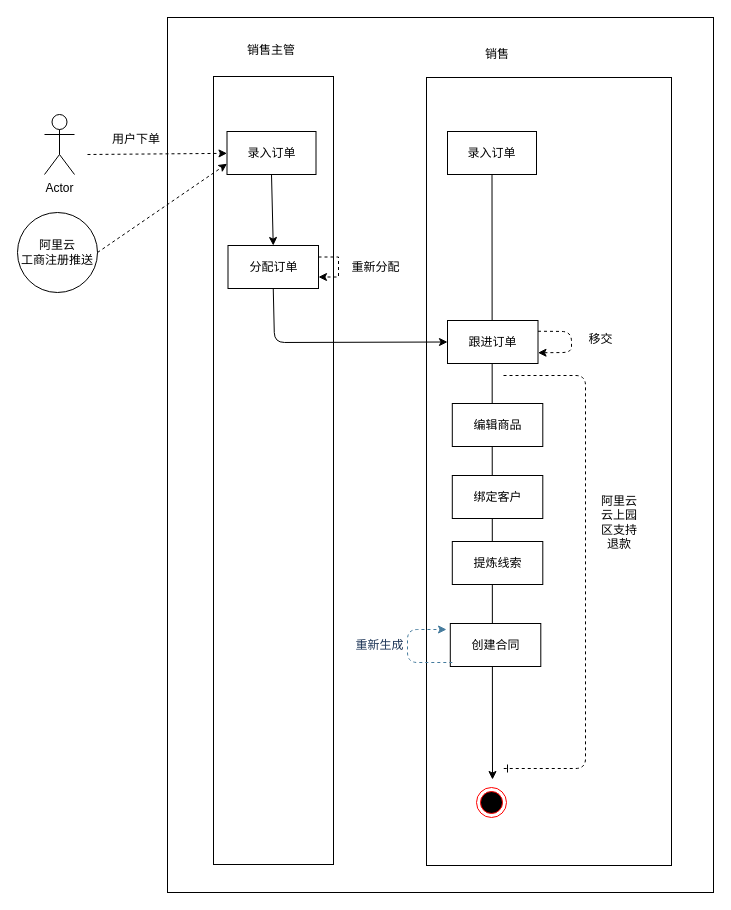
This is 鹊桥流程图.drawio from zhaoershuang/flow-chart, a draw.io file, before an edit. Source tidied: cells renumbered, new cells numbered last; positions are measured from the earlier drawing's top-left corner, leaving out a move shared by most shapes. Both pictures are drawn from the tidied source at 100%, with x=0, y=0 at pixel (17, 17).
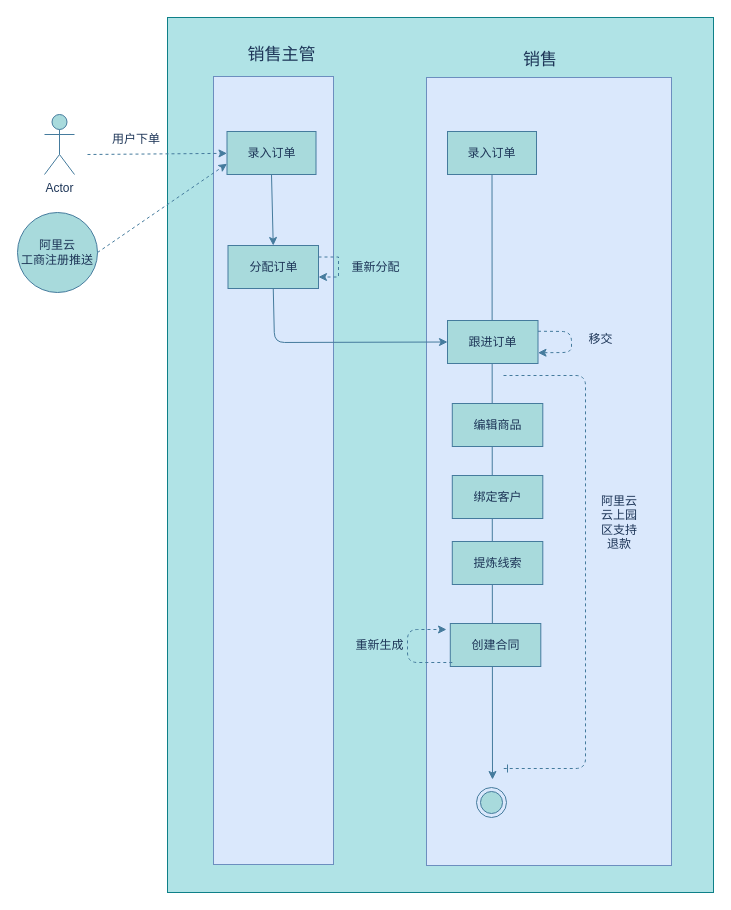
The same diagram, later.

Commit message (it also covers changes not shown here):
更新鹊桥流程图.drawio

Change to the diagram source:
```diff
@@
-    <mxCell id="2" style="rounded=0;whiteSpace=wrap;html=1;" parent="1" vertex="1">
+    <mxCell id="2" style="rounded=0;whiteSpace=wrap;html=1;fillColor=#b0e3e6;strokeColor=#0e8088;" parent="1" vertex="1">
       <mxGeometry x="150" width="546" height="875" as="geometry" />
     </mxCell>
-    <mxCell id="3" style="rounded=0;whiteSpace=wrap;html=1;" parent="1" vertex="1">
+    <mxCell id="3" style="rounded=0;whiteSpace=wrap;html=1;fillColor=#dae8fc;strokeColor=#6c8ebf;" parent="1" vertex="1">
       <mxGeometry x="196" y="59" width="120" height="788" as="geometry" />
     </mxCell>
-    <mxCell id="4" style="rounded=0;whiteSpace=wrap;html=1;" parent="1" vertex="1">
+    <mxCell id="4" style="rounded=0;whiteSpace=wrap;html=1;fillColor=#dae8fc;strokeColor=#6c8ebf;" parent="1" vertex="1">
       <mxGeometry x="409" y="60" width="245" height="788" as="geometry" />
     </mxCell>
-    <mxCell id="5" value="销售主管" style="text;html=1;strokeColor=none;fillColor=none;align=center;verticalAlign=middle;whiteSpace=wrap;rounded=0;" parent="1" vertex="1">
-      <mxGeometry x="219" y="23" width="70" height="20" as="geometry" />
+    <mxCell id="5" value="&lt;font style=&quot;font-size: 17px&quot;&gt;销售主管&lt;/font&gt;" style="text;html=1;strokeColor=none;fillColor=none;align=center;verticalAlign=middle;whiteSpace=wrap;rounded=0;fontColor=#1D3557;" parent="1" vertex="1">
+      <mxGeometry x="219" y="23" width="91" height="30" as="geometry" />
     </mxCell>
-    <mxCell id="6" value="销售" style="text;html=1;strokeColor=none;fillColor=none;align=center;verticalAlign=middle;whiteSpace=wrap;rounded=0;" parent="1" vertex="1">
-      <mxGeometry x="460" y="27" width="40" height="20" as="geometry" />
+    <mxCell id="6" value="&lt;font style=&quot;font-size: 17px&quot;&gt;销售&lt;/font&gt;" style="text;html=1;strokeColor=none;fillColor=none;align=center;verticalAlign=middle;whiteSpace=wrap;rounded=0;fontColor=#1D3557;" parent="1" vertex="1">
+      <mxGeometry x="503" y="33" width="40" height="20" as="geometry" />
     </mxCell>
-    <mxCell id="7" value="录入订单" style="rounded=0;whiteSpace=wrap;html=1;" parent="1" vertex="1">
+    <mxCell id="7" value="录入订单" style="rounded=0;whiteSpace=wrap;html=1;fillColor=#A8DADC;strokeColor=#457B9D;fontColor=#1D3557;" parent="1" vertex="1">
       <mxGeometry x="209.5" y="114" width="89" height="43" as="geometry" />
     </mxCell>
-    <mxCell id="8" value="分配订单" style="rounded=0;whiteSpace=wrap;html=1;" parent="1" vertex="1">
+    <mxCell id="8" value="分配订单" style="rounded=0;whiteSpace=wrap;html=1;fillColor=#A8DADC;strokeColor=#457B9D;fontColor=#1D3557;" parent="1" vertex="1">
       <mxGeometry x="210.5" y="228" width="90.5" height="43" as="geometry" />
     </mxCell>
-    <mxCell id="9" style="edgeStyle=orthogonalEdgeStyle;rounded=0;orthogonalLoop=1;jettySize=auto;html=1;dashed=1;" parent="1" edge="1" source="8" target="8">
+    <mxCell id="9" style="edgeStyle=orthogonalEdgeStyle;rounded=0;orthogonalLoop=1;jettySize=auto;html=1;dashed=1;labelBackgroundColor=#F1FAEE;strokeColor=#457B9D;fontColor=#1D3557;" parent="1" edge="1" source="8" target="8">
       <mxGeometry relative="1" as="geometry" />
     </mxCell>
-    <mxCell id="10" value="重新分配" style="text;html=1;strokeColor=none;fillColor=none;align=center;verticalAlign=middle;whiteSpace=wrap;rounded=0;" parent="1" vertex="1">
+    <mxCell id="10" value="重新分配" style="text;html=1;strokeColor=none;fillColor=none;align=center;verticalAlign=middle;whiteSpace=wrap;rounded=0;fontColor=#1D3557;" parent="1" vertex="1">
       <mxGeometry x="331" y="240" width="55" height="20" as="geometry" />
     </mxCell>
-    <mxCell id="11" value="录入订单" style="rounded=0;whiteSpace=wrap;html=1;" parent="1" vertex="1">
+    <mxCell id="11" value="录入订单" style="rounded=0;whiteSpace=wrap;html=1;fillColor=#A8DADC;strokeColor=#457B9D;fontColor=#1D3557;" parent="1" vertex="1">
       <mxGeometry x="430" y="114" width="89" height="43" as="geometry" />
     </mxCell>
-    <mxCell id="12" style="endArrow=classic;html=1;entryX=0;entryY=0.5;entryDx=0;entryDy=0;exitX=0.5;exitY=1;exitDx=0;exitDy=0;" parent="1" edge="1" source="8" target="29">
+    <mxCell id="12" style="endArrow=classic;html=1;entryX=0;entryY=0.5;entryDx=0;entryDy=0;exitX=0.5;exitY=1;exitDx=0;exitDy=0;labelBackgroundColor=#F1FAEE;strokeColor=#457B9D;fontColor=#1D3557;" parent="1" edge="1" source="8" target="29">
       <mxGeometry relative="1" as="geometry">
         <Array as="points">
           <mxPoint x="257" y="325" />
         </Array>
       </mxGeometry>
     </mxCell>
-    <mxCell id="13" style="endArrow=classic;html=1;exitX=0.5;exitY=1;exitDx=0;exitDy=0;entryX=0.5;entryY=0;entryDx=0;entryDy=0;" parent="1" edge="1" source="7" target="8">
+    <mxCell id="13" style="endArrow=classic;html=1;exitX=0.5;exitY=1;exitDx=0;exitDy=0;entryX=0.5;entryY=0;entryDx=0;entryDy=0;labelBackgroundColor=#F1FAEE;strokeColor=#457B9D;fontColor=#1D3557;" parent="1" edge="1" source="7" target="8">
       <mxGeometry relative="1" as="geometry" />
     </mxCell>
-    <mxCell id="14" style="endArrow=classic;html=1;exitX=1;exitY=0.25;exitDx=0;exitDy=0;entryX=1;entryY=0.75;entryDx=0;entryDy=0;dashed=1;" parent="1" edge="1" source="29" target="29">
+    <mxCell id="14" style="endArrow=classic;html=1;exitX=1;exitY=0.25;exitDx=0;exitDy=0;entryX=1;entryY=0.75;entryDx=0;entryDy=0;dashed=1;labelBackgroundColor=#F1FAEE;strokeColor=#457B9D;fontColor=#1D3557;" parent="1" edge="1" source="29" target="29">
       <mxGeometry relative="1" as="geometry">
         <Array as="points">
           <mxPoint x="554" y="314" />
           <mxPoint x="554" y="335" />
         </Array>
       </mxGeometry>
     </mxCell>
-    <mxCell id="15" value="移交" style="text;html=1;strokeColor=none;fillColor=none;align=center;verticalAlign=middle;whiteSpace=wrap;rounded=0;" parent="1" vertex="1">
+    <mxCell id="15" value="移交" style="text;html=1;strokeColor=none;fillColor=none;align=center;verticalAlign=middle;whiteSpace=wrap;rounded=0;fontColor=#1D3557;" parent="1" vertex="1">
       <mxGeometry x="556" y="312" width="55" height="20" as="geometry" />
     </mxCell>
-    <mxCell id="16" style="endArrow=classic;html=1;exitX=0.5;exitY=1;exitDx=0;exitDy=0;" parent="1" edge="1" source="11">
+    <mxCell id="16" style="endArrow=classic;html=1;exitX=0.5;exitY=1;exitDx=0;exitDy=0;labelBackgroundColor=#F1FAEE;strokeColor=#457B9D;fontColor=#1D3557;" parent="1" edge="1" source="11">
       <mxGeometry relative="1" as="geometry">
         <mxPoint x="475" y="762" as="targetPoint" />
       </mxGeometry>
     </mxCell>
-    <mxCell id="17" style="ellipse;html=1;shape=endState;fillColor=#000000;strokeColor=#ff0000;" parent="1" vertex="1">
+    <mxCell id="17" style="ellipse;html=1;shape=endState;fillColor=#A8DADC;strokeColor=#457B9D;fontColor=#1D3557;" parent="1" vertex="1">
       <mxGeometry x="459" y="770" width="30" height="30" as="geometry" />
     </mxCell>
-    <mxCell id="18" value="Actor" style="shape=umlActor;verticalLabelPosition=bottom;verticalAlign=top;html=1;" parent="1" vertex="1">
+    <mxCell id="18" value="Actor" style="shape=umlActor;verticalLabelPosition=bottom;verticalAlign=top;html=1;fillColor=#A8DADC;strokeColor=#457B9D;fontColor=#1D3557;" parent="1" vertex="1">
       <mxGeometry x="27" y="97" width="30" height="60" as="geometry" />
     </mxCell>
-    <mxCell id="19" style="endArrow=classic;html=1;dashed=1;" parent="1" edge="1" target="7">
+    <mxCell id="19" style="endArrow=classic;html=1;dashed=1;labelBackgroundColor=#F1FAEE;strokeColor=#457B9D;fontColor=#1D3557;" parent="1" edge="1" target="7">
       <mxGeometry relative="1" as="geometry">
         <mxPoint x="70" y="137" as="sourcePoint" />
       </mxGeometry>
     </mxCell>
-    <mxCell id="20" value="用户下单" style="text;html=1;strokeColor=none;fillColor=none;align=center;verticalAlign=middle;whiteSpace=wrap;rounded=0;" parent="1" vertex="1">
+    <mxCell id="20" value="用户下单" style="text;html=1;strokeColor=none;fillColor=none;align=center;verticalAlign=middle;whiteSpace=wrap;rounded=0;fontColor=#1D3557;" parent="1" vertex="1">
       <mxGeometry x="86" y="112" width="66" height="20" as="geometry" />
     </mxCell>
-    <mxCell id="21" value="阿里云&lt;br&gt;工商注册推送" style="ellipse;whiteSpace=wrap;html=1;" parent="1" vertex="1">
+    <mxCell id="21" value="阿里云&lt;br&gt;工商注册推送" style="ellipse;whiteSpace=wrap;html=1;fillColor=#A8DADC;strokeColor=#457B9D;fontColor=#1D3557;" parent="1" vertex="1">
       <mxGeometry y="195" width="80" height="80" as="geometry" />
     </mxCell>
-    <mxCell id="22" style="endArrow=classic;html=1;dashed=1;exitX=1;exitY=0.5;exitDx=0;exitDy=0;entryX=0;entryY=0.75;entryDx=0;entryDy=0;" parent="1" edge="1" source="21" target="7">
+    <mxCell id="22" style="endArrow=classic;html=1;dashed=1;exitX=1;exitY=0.5;exitDx=0;exitDy=0;entryX=0;entryY=0.75;entryDx=0;entryDy=0;labelBackgroundColor=#F1FAEE;strokeColor=#457B9D;fontColor=#1D3557;" parent="1" edge="1" source="21" target="7">
       <mxGeometry relative="1" as="geometry" />
     </mxCell>
-    <mxCell id="23" style="endArrow=ERone;html=1;dashed=1;endFill=0;" parent="1" edge="1">
+    <mxCell id="23" style="endArrow=ERone;html=1;dashed=1;endFill=0;labelBackgroundColor=#F1FAEE;strokeColor=#457B9D;fontColor=#1D3557;" parent="1" edge="1">
       <mxGeometry relative="1" as="geometry">
         <mxPoint x="486" y="358" as="sourcePoint" />
         <mxPoint x="486" y="751" as="targetPoint" />
         <Array as="points">
           <mxPoint x="568" y="358" />
           <mxPoint x="568" y="751" />
         </Array>
       </mxGeometry>
     </mxCell>
-    <mxCell id="24" value="阿里云云上园区支持退款" style="text;html=1;strokeColor=none;fillColor=none;align=center;verticalAlign=middle;whiteSpace=wrap;rounded=0;" parent="1" vertex="1">
+    <mxCell id="24" value="阿里云云上园区支持退款" style="text;html=1;strokeColor=none;fillColor=none;align=center;verticalAlign=middle;whiteSpace=wrap;rounded=0;fontColor=#1D3557;" parent="1" vertex="1">
       <mxGeometry x="582" y="495" width="40" height="20" as="geometry" />
     </mxCell>
-    <mxCell id="25" value="编辑商品" style="rounded=0;whiteSpace=wrap;html=1;" parent="1" vertex="1">
+    <mxCell id="25" value="编辑商品" style="rounded=0;whiteSpace=wrap;html=1;fillColor=#A8DADC;strokeColor=#457B9D;fontColor=#1D3557;" parent="1" vertex="1">
       <mxGeometry x="434.8" y="386" width="90.5" height="43" as="geometry" />
     </mxCell>
-    <mxCell id="26" value="绑定客户" style="rounded=0;whiteSpace=wrap;html=1;" parent="1" vertex="1">
+    <mxCell id="26" value="绑定客户" style="rounded=0;whiteSpace=wrap;html=1;fillColor=#A8DADC;strokeColor=#457B9D;fontColor=#1D3557;" parent="1" vertex="1">
       <mxGeometry x="434.8" y="458" width="90.5" height="43" as="geometry" />
     </mxCell>
-    <mxCell id="27" value="提炼线索" style="rounded=0;whiteSpace=wrap;html=1;" parent="1" vertex="1">
+    <mxCell id="27" value="提炼线索" style="rounded=0;whiteSpace=wrap;html=1;fillColor=#A8DADC;strokeColor=#457B9D;fontColor=#1D3557;" parent="1" vertex="1">
       <mxGeometry x="434.8" y="524" width="90.5" height="43" as="geometry" />
     </mxCell>
-    <mxCell id="28" value="创建合同" style="rounded=0;whiteSpace=wrap;html=1;" parent="1" vertex="1">
+    <mxCell id="28" value="创建合同" style="rounded=0;whiteSpace=wrap;html=1;fillColor=#A8DADC;strokeColor=#457B9D;fontColor=#1D3557;" parent="1" vertex="1">
       <mxGeometry x="432.8" y="606" width="90.5" height="43" as="geometry" />
     </mxCell>
-    <mxCell id="29" value="跟进订单" style="rounded=0;whiteSpace=wrap;html=1;" parent="1" vertex="1">
+    <mxCell id="29" value="跟进订单" style="rounded=0;whiteSpace=wrap;html=1;fillColor=#A8DADC;strokeColor=#457B9D;fontColor=#1D3557;" parent="1" vertex="1">
       <mxGeometry x="430" y="303" width="90.5" height="43" as="geometry" />
     </mxCell>
@@
-    <mxCell id="31" style="endArrow=classic;html=1;strokeColor=#457B9D;fillColor=#A8DADC;fontColor=#1D3557;exitX=0;exitY=1;exitDx=0;exitDy=0;dashed=1;" parent="1" edge="1">
+    <mxCell id="31" style="endArrow=classic;html=1;strokeColor=#457B9D;fillColor=#A8DADC;fontColor=#1D3557;exitX=0;exitY=1;exitDx=0;exitDy=0;dashed=1;labelBackgroundColor=#F1FAEE;" parent="1" edge="1">
       <mxGeometry relative="1" as="geometry">
         <mxPoint x="434.8" y="645" as="sourcePoint" />
         <mxPoint x="429" y="612" as="targetPoint" />
         <Array as="points">
           <mxPoint x="390" y="645" />
           <mxPoint x="390" y="612" />
         </Array>
       </mxGeometry>
     </mxCell>
```
